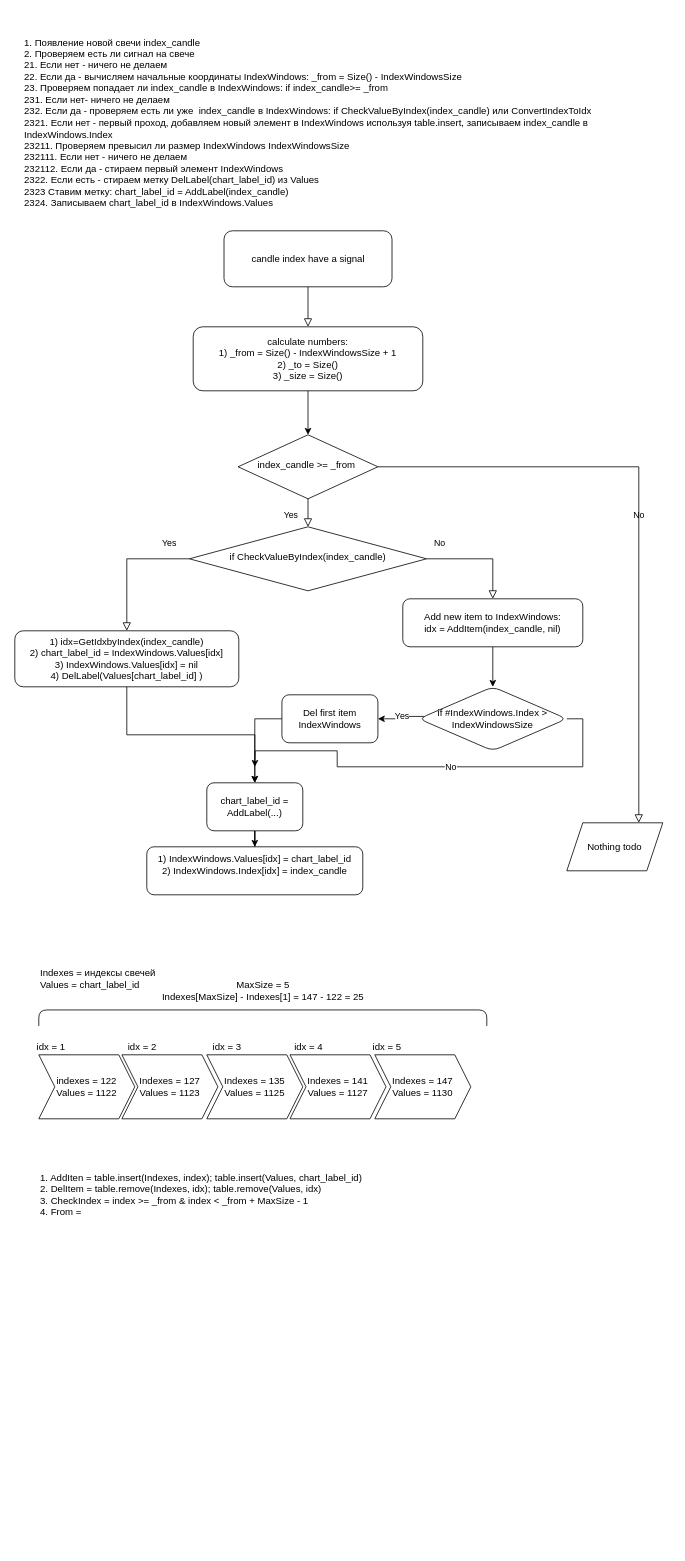
This is IndexWindows.drawio from uzziahmogg/LithiumIndicator, a draw.io file, before an edit. Source tidied: cells renumbered, new cells numbered last; positions are measured from the earlier drawing's top-left corner, leaving out a move shared by most shapes. Both pictures are drawn from the tidied source at 80%, with x=0, y=0 at pixel (14, 30).
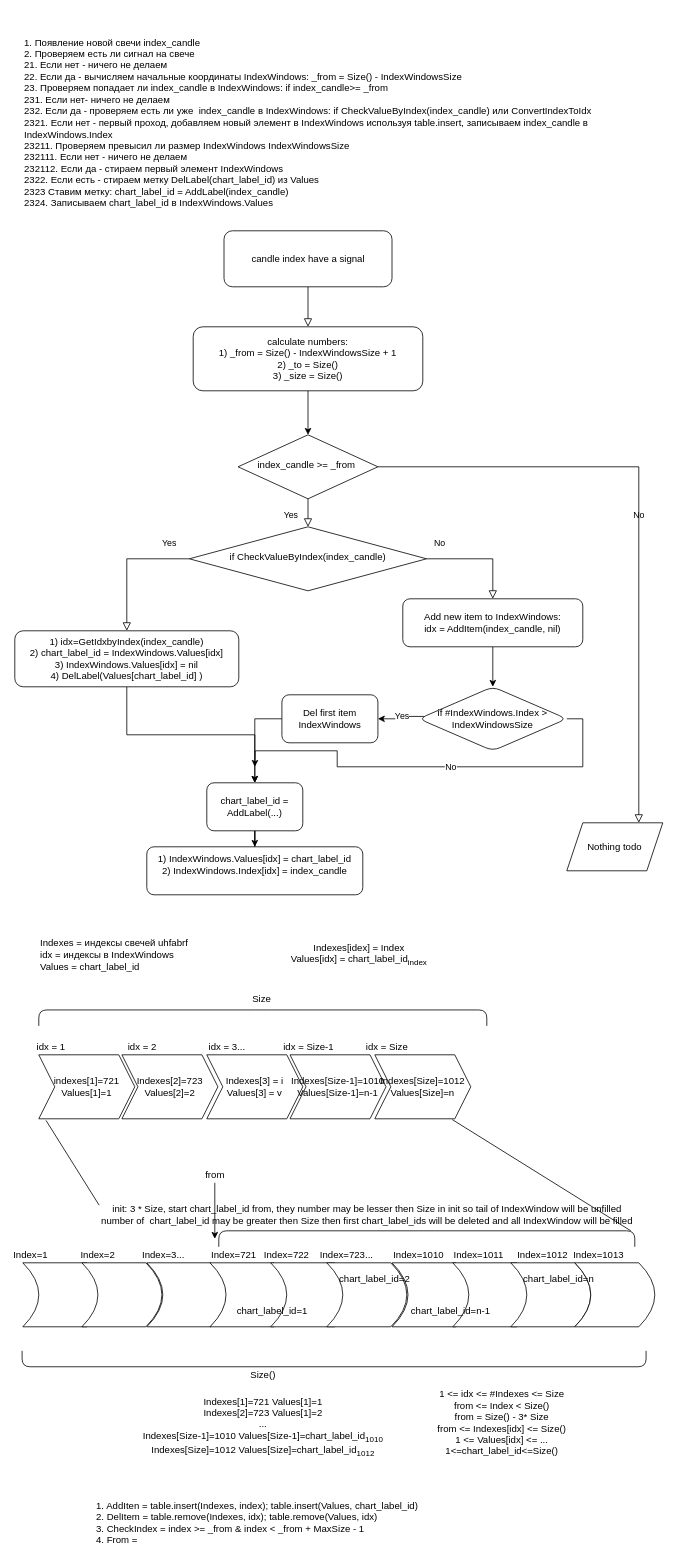
After the change.

Change to the diagram source:
```diff
@@
-    <mxCell id="28" value="indexes = 122&lt;br&gt;Values = 1122" style="shape=step;perimeter=stepPerimeter;whiteSpace=wrap;html=1;fixedSize=1;" parent="1" vertex="1">
+    <mxCell id="28" value="indexes[1]=721&lt;br&gt;Values[1]=1" style="shape=step;perimeter=stepPerimeter;whiteSpace=wrap;html=1;fixedSize=1;" parent="1" vertex="1">
       <mxGeometry x="30" y="1280" width="120" height="80" as="geometry" />
     </mxCell>
@@
-    <mxCell id="30" value="Indexes = 127&lt;br&gt;Values = 1123" style="shape=step;perimeter=stepPerimeter;whiteSpace=wrap;html=1;fixedSize=1;" parent="1" vertex="1">
+    <mxCell id="30" value="Indexes[2]=723&lt;br&gt;Values[2]=2" style="shape=step;perimeter=stepPerimeter;whiteSpace=wrap;html=1;fixedSize=1;" parent="1" vertex="1">
       <mxGeometry x="133.9" y="1280" width="120" height="80" as="geometry" />
     </mxCell>
@@
-    <mxCell id="32" value="Indexes = 135&lt;br&gt;Values = 1125" style="shape=step;perimeter=stepPerimeter;whiteSpace=wrap;html=1;fixedSize=1;" parent="1" vertex="1">
+    <mxCell id="32" value="Indexes[3] = i&lt;br&gt;Values[3] = v" style="shape=step;perimeter=stepPerimeter;whiteSpace=wrap;html=1;fixedSize=1;" parent="1" vertex="1">
       <mxGeometry x="240" y="1280" width="120" height="80" as="geometry" />
     </mxCell>
-    <mxCell id="33" value="idx = 3" style="text;html=1;align=center;verticalAlign=middle;" parent="1" vertex="1">
-      <mxGeometry x="240" y="1260" width="50" height="20" as="geometry" />
+    <mxCell id="33" value="idx = 3..." style="text;html=1;align=center;verticalAlign=middle;" parent="1" vertex="1">
+      <mxGeometry x="235" y="1260" width="60" height="20" as="geometry" />
     </mxCell>
-    <mxCell id="34" value="Indexes = 141&lt;br&gt;Values = 1127" style="shape=step;perimeter=stepPerimeter;whiteSpace=wrap;html=1;fixedSize=1;" parent="1" vertex="1">
+    <mxCell id="34" value="Indexes[Size-1]=1010&lt;br&gt;Values[Size-1]=n-1" style="shape=step;perimeter=stepPerimeter;whiteSpace=wrap;html=1;fixedSize=1;" parent="1" vertex="1">
       <mxGeometry x="344" y="1280" width="120" height="80" as="geometry" />
     </mxCell>
-    <mxCell id="35" value="idx = 4" style="text;html=1;align=center;verticalAlign=middle;" parent="1" vertex="1">
-      <mxGeometry x="341.5" y="1260" width="50" height="20" as="geometry" />
+    <mxCell id="35" value="idx = Size-1" style="text;html=1;align=center;verticalAlign=middle;" parent="1" vertex="1">
+      <mxGeometry x="326.5" y="1260" width="80" height="20" as="geometry" />
     </mxCell>
-    <mxCell id="36" value="Indexes = 147&lt;br&gt;Values = 1130" style="shape=step;perimeter=stepPerimeter;whiteSpace=wrap;html=1;fixedSize=1;" parent="1" vertex="1">
+    <mxCell id="36" value="Indexes[Size]=1012&lt;br&gt;Values[Size]=n" style="shape=step;perimeter=stepPerimeter;whiteSpace=wrap;html=1;fixedSize=1;" parent="1" vertex="1">
       <mxGeometry x="450" y="1280" width="120" height="80" as="geometry" />
     </mxCell>
-    <mxCell id="37" value="idx = 5" style="text;html=1;align=center;verticalAlign=middle;" parent="1" vertex="1">
-      <mxGeometry x="440" y="1260" width="50" height="20" as="geometry" />
+    <mxCell id="37" value="idx = Size" style="text;html=1;align=center;verticalAlign=middle;" parent="1" vertex="1">
+      <mxGeometry x="430" y="1260" width="70" height="20" as="geometry" />
     </mxCell>
-    <mxCell id="38" value="Indexes = индексы свечей&lt;br&gt;Values = chart_label_id" style="text;html=1;align=left;verticalAlign=middle;" parent="1" vertex="1">
-      <mxGeometry x="30" y="1170" width="160" height="30" as="geometry" />
+    <mxCell id="38" value="Indexes = индексы свечей uhfabrf&lt;br&gt;idx = индексы в IndexWindows&lt;br&gt;Values = chart_label_id" style="text;html=1;align=left;verticalAlign=middle;" parent="1" vertex="1">
+      <mxGeometry x="30" y="1130" width="200" height="50" as="geometry" />
     </mxCell>
     <mxCell id="39" value="1. AddIten = table.insert(Indexes, index); table.insert(Values, chart_label_id)&lt;br&gt;2. DelItem = table.remove(Indexes, idx); table.remove(Values, idx)&lt;br&gt;3. CheckIndex = index &amp;gt;= _from &amp;amp; index &amp;lt; _from + MaxSize - 1&lt;br&gt;4. From =&amp;nbsp;" style="text;html=1;strokeColor=none;fillColor=none;align=left;verticalAlign=top;whiteSpace=wrap;rounded=0;" parent="1" vertex="1">
-      <mxGeometry x="30" y="1420" width="720" height="30" as="geometry" />
+      <mxGeometry x="100" y="1830" width="720" height="30" as="geometry" />
     </mxCell>
@@
-    <mxCell id="41" value="MaxSize = 5&lt;br&gt;Indexes[MaxSize] - Indexes[1] = 147 - 122 = 25" style="text;html=1;align=center;verticalAlign=middle;" parent="1" vertex="1">
-      <mxGeometry x="175" y="1185" width="270" height="30" as="geometry" />
+    <mxCell id="41" value="Size&amp;nbsp;" style="text;html=1;align=center;verticalAlign=middle;" parent="1" vertex="1">
+      <mxGeometry x="290" y="1200" width="40" height="20" as="geometry" />
     </mxCell>
+    <mxCell id="42" style="shape=dataStorage;whiteSpace=wrap;html=1;fixedSize=1;rotation=-180;" parent="1" vertex="1">
+      <mxGeometry x="10" y="1540" width="100" height="80" as="geometry" />
+    </mxCell>
+    <mxCell id="43" style="shape=dataStorage;whiteSpace=wrap;html=1;fixedSize=1;rotation=-180;" parent="1" vertex="1">
+      <mxGeometry x="83.9" y="1540" width="100" height="80" as="geometry" />
+    </mxCell>
+    <mxCell id="44" style="shape=dataStorage;whiteSpace=wrap;html=1;fixedSize=1;rotation=-180;" parent="1" vertex="1">
+      <mxGeometry x="165" y="1540" width="100" height="80" as="geometry" />
+    </mxCell>
+    <mxCell id="45" style="shape=dataStorage;whiteSpace=wrap;html=1;fixedSize=1;rotation=-180;" parent="1" vertex="1">
+      <mxGeometry x="244" y="1540" width="100" height="80" as="geometry" />
+    </mxCell>
+    <mxCell id="46" style="shape=dataStorage;whiteSpace=wrap;html=1;fixedSize=1;rotation=-180;" parent="1" vertex="1">
+      <mxGeometry x="319.9" y="1540" width="100" height="80" as="geometry" />
+    </mxCell>
+    <mxCell id="47" style="shape=dataStorage;whiteSpace=wrap;html=1;fixedSize=1;rotation=-180;" parent="1" vertex="1">
+      <mxGeometry x="390" y="1540" width="100" height="80" as="geometry" />
+    </mxCell>
+    <mxCell id="48" style="shape=dataStorage;whiteSpace=wrap;html=1;fixedSize=1;rotation=-180;" parent="1" vertex="1">
+      <mxGeometry x="471.5" y="1540" width="100" height="80" as="geometry" />
+    </mxCell>
+    <mxCell id="49" style="shape=dataStorage;whiteSpace=wrap;html=1;fixedSize=1;rotation=-180;" parent="1" vertex="1">
+      <mxGeometry x="547.5" y="1540" width="100" height="80" as="geometry" />
+    </mxCell>
+    <mxCell id="50" style="shape=dataStorage;whiteSpace=wrap;html=1;fixedSize=1;rotation=-180;" parent="1" vertex="1">
+      <mxGeometry x="620" y="1540" width="100" height="80" as="geometry" />
+    </mxCell>
+    <mxCell id="51" style="shape=dataStorage;whiteSpace=wrap;html=1;fixedSize=1;rotation=-180;" parent="1" vertex="1">
+      <mxGeometry x="700" y="1540" width="100" height="80" as="geometry" />
+    </mxCell>
+    <mxCell id="52" style="shape=curlyBracket;whiteSpace=wrap;html=1;rounded=1;align=left;rotation=-90;size=0.0014999999999986357;" parent="1" vertex="1">
+      <mxGeometry x="389.1" y="1270" width="20" height="780" as="geometry" />
+    </mxCell>
+    <mxCell id="53" value="Index=1" style="text;html=1;strokeColor=none;fillColor=none;align=center;verticalAlign=middle;whiteSpace=wrap;rounded=0;" parent="1" vertex="1">
+      <mxGeometry y="1520" width="40" height="20" as="geometry" />
+    </mxCell>
+    <mxCell id="54" value="Index=2" style="text;html=1;strokeColor=none;fillColor=none;align=center;verticalAlign=middle;whiteSpace=wrap;rounded=0;" parent="1" vertex="1">
+      <mxGeometry x="83.9" y="1520" width="40" height="20" as="geometry" />
+    </mxCell>
+    <mxCell id="55" value="Index=3..." style="text;html=1;strokeColor=none;fillColor=none;align=center;verticalAlign=middle;whiteSpace=wrap;rounded=0;" parent="1" vertex="1">
+      <mxGeometry x="166" y="1520" width="40" height="20" as="geometry" />
+    </mxCell>
+    <mxCell id="56" value="Index=721" style="text;html=1;strokeColor=none;fillColor=none;align=center;verticalAlign=middle;whiteSpace=wrap;rounded=0;" parent="1" vertex="1">
+      <mxGeometry x="253.9" y="1520" width="40" height="20" as="geometry" />
+    </mxCell>
+    <mxCell id="57" value="Index=722" style="text;html=1;strokeColor=none;fillColor=none;align=center;verticalAlign=middle;whiteSpace=wrap;rounded=0;" parent="1" vertex="1">
+      <mxGeometry x="319.9" y="1520" width="40" height="20" as="geometry" />
+    </mxCell>
+    <mxCell id="58" value="Index=723..." style="text;html=1;strokeColor=none;fillColor=none;align=center;verticalAlign=middle;whiteSpace=wrap;rounded=0;" parent="1" vertex="1">
+      <mxGeometry x="395" y="1520" width="40" height="20" as="geometry" />
+    </mxCell>
+    <mxCell id="59" value="Index=1010" style="text;html=1;strokeColor=none;fillColor=none;align=center;verticalAlign=middle;whiteSpace=wrap;rounded=0;" parent="1" vertex="1">
+      <mxGeometry x="485" y="1520" width="40" height="20" as="geometry" />
+    </mxCell>
+    <mxCell id="60" value="Index=1011" style="text;html=1;strokeColor=none;fillColor=none;align=center;verticalAlign=middle;whiteSpace=wrap;rounded=0;" parent="1" vertex="1">
+      <mxGeometry x="560" y="1520" width="40" height="20" as="geometry" />
+    </mxCell>
+    <mxCell id="61" value="Index=1012" style="text;html=1;strokeColor=none;fillColor=none;align=center;verticalAlign=middle;whiteSpace=wrap;rounded=0;" parent="1" vertex="1">
+      <mxGeometry x="640" y="1520" width="40" height="20" as="geometry" />
+    </mxCell>
+    <mxCell id="62" value="Index=1013" style="text;html=1;strokeColor=none;fillColor=none;align=center;verticalAlign=middle;whiteSpace=wrap;rounded=0;" parent="1" vertex="1">
+      <mxGeometry x="710" y="1520" width="40" height="20" as="geometry" />
+    </mxCell>
+    <mxCell id="63" value="chart_label_id=1" style="text;html=1;strokeColor=none;fillColor=none;align=center;verticalAlign=middle;whiteSpace=wrap;rounded=0;" parent="1" vertex="1" collapsed="1">
+      <mxGeometry x="261.5" y="1590" width="120" height="20" as="geometry" />
+    </mxCell>
+    <mxCell id="64" value="chart_label_id=2" style="text;html=1;strokeColor=none;fillColor=none;align=center;verticalAlign=middle;whiteSpace=wrap;rounded=0;" parent="1" vertex="1" collapsed="1">
+      <mxGeometry x="390" y="1550" width="120" height="20" as="geometry" />
+    </mxCell>
+    <mxCell id="65" value="chart_label_id=n-1" style="text;html=1;strokeColor=none;fillColor=none;align=center;verticalAlign=middle;whiteSpace=wrap;rounded=0;" parent="1" vertex="1" collapsed="1">
+      <mxGeometry x="485" y="1590" width="120" height="20" as="geometry" />
+    </mxCell>
+    <mxCell id="66" value="chart_label_id=n" style="text;html=1;strokeColor=none;fillColor=none;align=center;verticalAlign=middle;whiteSpace=wrap;rounded=0;" parent="1" vertex="1" collapsed="1">
+      <mxGeometry x="620" y="1550" width="120" height="20" as="geometry" />
+    </mxCell>
+    <mxCell id="67" value="Size()" style="text;html=1;align=center;verticalAlign=middle;strokeColor=none;" parent="1" vertex="1">
+      <mxGeometry x="285" y="1670" width="50" height="20" as="geometry" />
+    </mxCell>
+    <mxCell id="68" style="shape=curlyBracket;whiteSpace=wrap;html=1;rounded=1;align=left;rotation=90;size=0.0014999999999986357;" parent="1" vertex="1">
+      <mxGeometry x="505" y="1250" width="20" height="520" as="geometry" />
+    </mxCell>
+    <mxCell id="69" value="init: 3 * Size, start chart_label_id from, they number may be lesser then Size in init so tail of IndexWindow will be unfilled&lt;br&gt;number of&amp;nbsp; chart_label_id may be greater then Size then first chart_label_ids will be deleted and all IndexWindow will be filled" style="text;html=1;align=center;verticalAlign=middle;points=[];strokeColor=none;" parent="1" vertex="1">
+      <mxGeometry x="100" y="1465" width="680" height="30" as="geometry" />
+    </mxCell>
+    <mxCell id="70" value="1 &amp;lt;= idx &amp;lt;= #Indexes &amp;lt;= Size&lt;br&gt;from &amp;lt;= Index &amp;lt; Size()&lt;br&gt;from = Size() - 3* Size&lt;br&gt;from &amp;lt;= Indexes[idx] &amp;lt;= Size()&lt;br&gt;1 &amp;lt;= Values[idx] &amp;lt;= ...&lt;br&gt;1&amp;lt;=chart_label_id&amp;lt;=Size()" style="text;html=1;strokeColor=none;fillColor=none;align=center;verticalAlign=middle;whiteSpace=wrap;rounded=0;" parent="1" vertex="1">
+      <mxGeometry x="404" y="1730" width="410" height="20" as="geometry" />
+    </mxCell>
+    <mxCell id="71" style="edgeStyle=orthogonalEdgeStyle;rounded=0;orthogonalLoop=1;jettySize=auto;html=1;" parent="1" edge="1">
+      <mxGeometry relative="1" as="geometry">
+        <mxPoint x="250" y="1440" as="sourcePoint" />
+        <mxPoint x="250" y="1510" as="targetPoint" />
+      </mxGeometry>
+    </mxCell>
+    <mxCell id="72" value="from" style="text;html=1;align=center;verticalAlign=middle;strokeColor=none;" parent="1" vertex="1">
+      <mxGeometry x="230" y="1420" width="40" height="20" as="geometry" />
+    </mxCell>
+    <mxCell id="73" style="endArrow=none;html=1;entryX=0.075;entryY=1.025;entryDx=0;entryDy=0;entryPerimeter=0;exitX=0.008;exitY=0.1;exitDx=0;exitDy=0;exitPerimeter=0;" parent="1" edge="1" source="69" target="28">
+      <mxGeometry relative="1" as="geometry" />
+    </mxCell>
+    <mxCell id="74" style="endArrow=none;html=1;entryX=0.808;entryY=1.013;entryDx=0;entryDy=0;entryPerimeter=0;" parent="1" edge="1" target="36">
+      <mxGeometry relative="1" as="geometry">
+        <mxPoint x="770" y="1500" as="sourcePoint" />
+      </mxGeometry>
+    </mxCell>
+    <mxCell id="75" value="Indexes[idex] = Index&lt;br&gt;Values[idx] = chart_label_id&lt;sub&gt;index&lt;/sub&gt;" style="text;html=1;align=center;verticalAlign=middle;strokeColor=none;" parent="1" vertex="1">
+      <mxGeometry x="335" y="1135" width="190" height="40" as="geometry" />
+    </mxCell>
+    <mxCell id="76" value="Indexes[1]=721 Values[1]=1&lt;br&gt;Indexes[2]=723 Values[1]=2&lt;br&gt;...&lt;br&gt;Indexes[Size-1]=1010 Values[Size-1]=chart_label_id&lt;sub&gt;1010&lt;/sub&gt;&lt;br&gt;Indexes[Size]=1012 Values[Size]=chart_label_id&lt;sub&gt;1012&lt;/sub&gt;&lt;br&gt;" style="text;html=1;align=center;verticalAlign=middle;strokeColor=none;" parent="1" vertex="1">
+      <mxGeometry x="150" y="1705" width="320" height="80" as="geometry" />
+    </mxCell>
```
